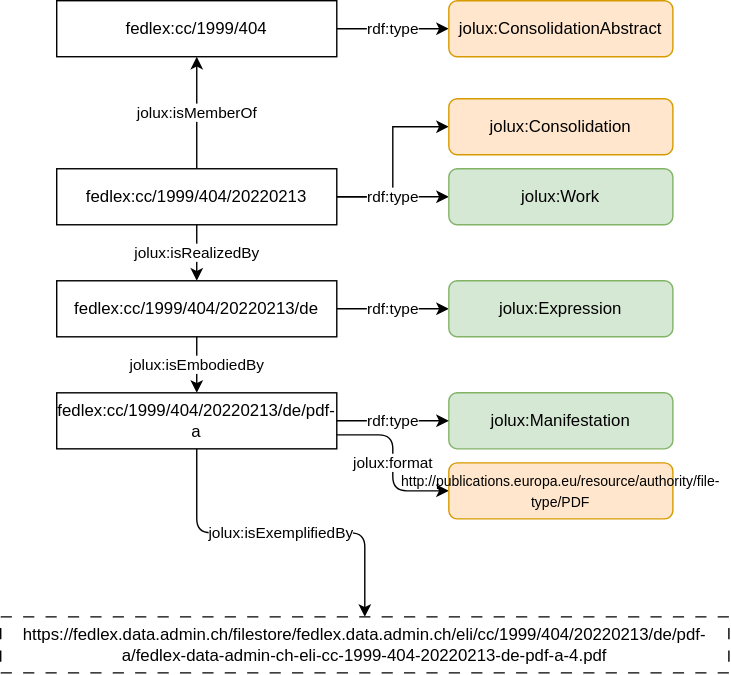
Above: content/img/sr1.svg in bequrios/fedlex (draw.io), before the change. Source tidied: cells renumbered, new cells last; positions are measured from the earlier drawing's top-left corner, leaving out a move shared by most shapes.
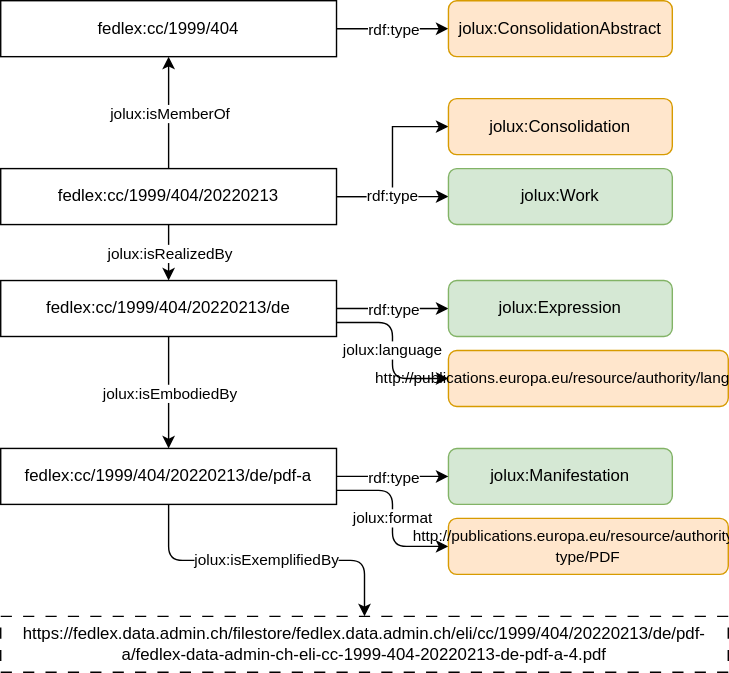
Later version of the same file.

Diff of the diagram source:
```diff
@@ -9,7 +9,7 @@
       <mxGeometry relative="1" as="geometry" />
     </mxCell>
     <mxCell id="4" value="fedlex:cc/1999/404" style="rounded=0;whiteSpace=wrap;html=1;" parent="1" vertex="1">
-      <mxGeometry x="40" width="200" height="40" as="geometry" />
+      <mxGeometry width="240" height="40" as="geometry" />
     </mxCell>
     <mxCell id="5" value="jolux:ConsolidationAbstract" style="rounded=1;whiteSpace=wrap;html=1;fillColor=#ffe6cc;strokeColor=#d79b00;" parent="1" vertex="1">
       <mxGeometry x="320" width="160" height="40" as="geometry" />
@@ -27,7 +27,7 @@
       <mxGeometry relative="1" as="geometry" />
     </mxCell>
     <mxCell id="10" value="fedlex:cc/1999/404/20220213" style="rounded=0;whiteSpace=wrap;html=1;" parent="1" vertex="1">
-      <mxGeometry x="40" y="120" width="200" height="40" as="geometry" />
+      <mxGeometry y="120" width="240" height="40" as="geometry" />
     </mxCell>
     <mxCell id="11" value="jolux:Consolidation" style="rounded=1;whiteSpace=wrap;html=1;fillColor=#ffe6cc;strokeColor=#d79b00;" parent="1" vertex="1">
       <mxGeometry x="320" y="70" width="160" height="40" as="geometry" />
@@ -44,8 +44,11 @@
     <mxCell id="15" value="jolux:isRealizedBy" style="edgeLabel;html=1;align=center;verticalAlign=middle;" parent="14" vertex="1">
       <mxGeometry relative="1" as="geometry" />
     </mxCell>
+    <mxCell id="29" value="jolux:language" style="edgeStyle=orthogonalEdgeStyle;html=1;exitX=1;exitY=0.75;exitDx=0;exitDy=0;entryX=0;entryY=0.5;entryDx=0;entryDy=0;" parent="1" edge="1" source="16" target="30">
+      <mxGeometry relative="1" as="geometry" />
+    </mxCell>
     <mxCell id="16" value="fedlex:cc/1999/404/20220213/de" style="rounded=0;whiteSpace=wrap;html=1;" parent="1" vertex="1">
-      <mxGeometry x="40" y="200" width="200" height="40" as="geometry" />
+      <mxGeometry y="200" width="240" height="40" as="geometry" />
     </mxCell>
     <mxCell id="17" value="jolux:Expression" style="rounded=1;whiteSpace=wrap;html=1;fillColor=#d5e8d4;strokeColor=#82b366;" parent="1" vertex="1">
       <mxGeometry x="320" y="200" width="160" height="40" as="geometry" />
@@ -55,14 +58,14 @@
     </mxCell>
     <mxCell id="19" value="jolux:format" style="edgeStyle=orthogonalEdgeStyle;html=1;entryX=0;entryY=0.5;entryDx=0;entryDy=0;fontSize=11;" parent="1" edge="1" target="28">
       <mxGeometry relative="1" as="geometry">
-        <mxPoint x="240" y="310" as="sourcePoint" />
+        <mxPoint x="240" y="350" as="sourcePoint" />
       </mxGeometry>
     </mxCell>
     <mxCell id="20" value="fedlex:cc/1999/404/20220213/de/pdf-a" style="rounded=0;whiteSpace=wrap;html=1;" parent="1" vertex="1">
-      <mxGeometry x="40" y="280" width="200" height="40" as="geometry" />
+      <mxGeometry y="320" width="240" height="40" as="geometry" />
     </mxCell>
     <mxCell id="21" value="jolux:Manifestation" style="rounded=1;whiteSpace=wrap;html=1;fillColor=#d5e8d4;strokeColor=#82b366;" parent="1" vertex="1">
-      <mxGeometry x="320" y="280" width="160" height="40" as="geometry" />
+      <mxGeometry x="320" y="320" width="160" height="40" as="geometry" />
     </mxCell>
     <mxCell id="22" style="edgeStyle=none;html=1;exitX=0.5;exitY=1;exitDx=0;exitDy=0;entryX=0.5;entryY=0;entryDx=0;entryDy=0;" parent="1" edge="1" source="16" target="20">
       <mxGeometry relative="1" as="geometry" />
@@ -82,8 +85,11 @@
     <mxCell id="27" value="jolux:Work" style="rounded=1;whiteSpace=wrap;html=1;fillColor=#d5e8d4;strokeColor=#82b366;" parent="1" vertex="1">
       <mxGeometry x="320" y="120" width="160" height="40" as="geometry" />
     </mxCell>
-    <mxCell id="28" value="&lt;font style=&quot;font-size: 11px;&quot;&gt;&lt;span style=&quot;&quot;&gt;&lt;font style=&quot;font-size: 10px;&quot;&gt;http://publications.europa.eu/resource/authority/file-type/PDF &lt;/font&gt;&lt;/span&gt;&lt;/font&gt;" style="rounded=1;whiteSpace=wrap;html=1;fillColor=#ffe6cc;strokeColor=#d79b00;" parent="1" vertex="1">
-      <mxGeometry x="320" y="330" width="160" height="40" as="geometry" />
+    <mxCell id="28" value="&lt;font style=&quot;font-size: 10px;&quot;&gt;&lt;span style=&quot;&quot;&gt;&lt;font style=&quot;font-size: 10px;&quot;&gt;&lt;font style=&quot;font-size: 11px;&quot;&gt;http://publications.europa.eu/resource/authority/file-type/PDF &lt;/font&gt;&lt;/font&gt;&lt;/span&gt;&lt;/font&gt;" style="rounded=1;whiteSpace=wrap;html=1;fillColor=#ffe6cc;strokeColor=#d79b00;" parent="1" vertex="1">
+      <mxGeometry x="320" y="370" width="200" height="40" as="geometry" />
     </mxCell>
+    <mxCell id="30" value="&lt;font style=&quot;font-size: 12px;&quot;&gt;&lt;font style=&quot;font-size: 11px;&quot;&gt;http://publications.europa.eu/resource/authority/language/DEU&lt;/font&gt;&lt;/font&gt;" style="rounded=1;whiteSpace=wrap;html=1;fillColor=#ffe6cc;strokeColor=#d79b00;" parent="1" vertex="1">
+      <mxGeometry x="320" y="250" width="200" height="40" as="geometry" />
+    </mxCell>
   </root>
 </mxGraphModel>
```
